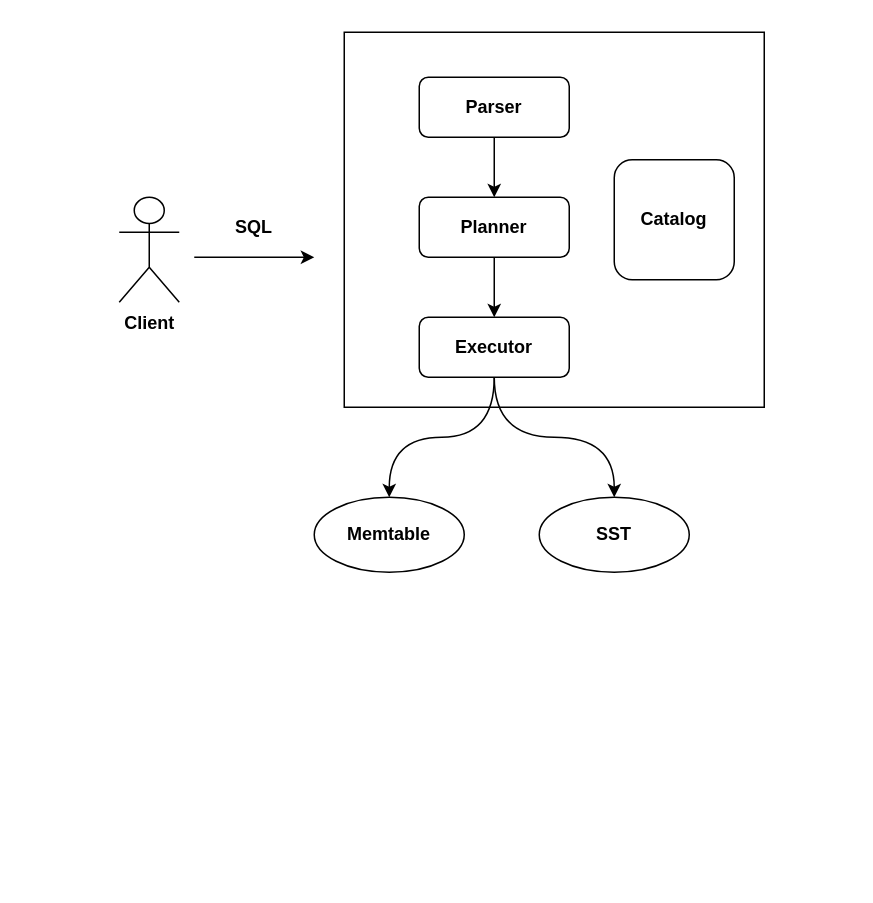
The draw.io diagram query-process.drawio in Rachelint/drawio-store, before the edit. Source tidied: cells renumbered, new cells numbered last; positions are measured from the earlier drawing's top-left corner, leaving out a move shared by most shapes. Both pictures are drawn from the tidied source at 150%, with x=0, y=0 at pixel (118, 32).
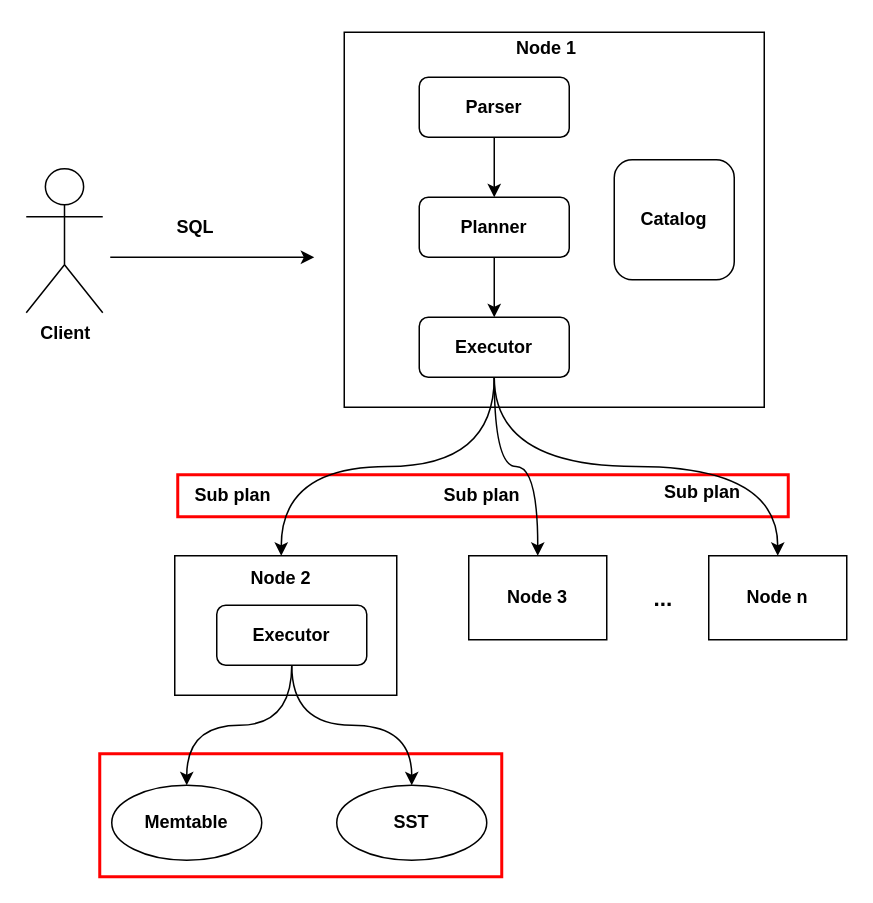
The same diagram, later.

The change refers to these unchanged cells:
```xml
<mxCell id="9" value="&lt;b&gt;Executor&lt;/b&gt;" style="rounded=1;whiteSpace=wrap;html=1;" parent="1" vertex="1">
  <mxGeometry x="200" y="190" width="100" height="40" as="geometry" />
</mxCell>
```

The edit, as a diff of the source:
```diff
@@
+    <mxCell id="16" style="rounded=0;whiteSpace=wrap;html=1;strokeColor=#FF0000;strokeWidth=2;fontStyle=1;" parent="1" vertex="1">
+      <mxGeometry x="39" y="295" width="407" height="28" as="geometry" />
+    </mxCell>
@@
-    <mxCell id="7" style="edgeStyle=orthogonalEdgeStyle;rounded=0;jettySize=auto;html=1;exitX=0.5;exitY=1;exitDx=0;exitDy=0;entryX=0.5;entryY=0;entryDx=0;entryDy=0;curved=1;" parent="1" edge="1" source="9" target="10">
-      <mxGeometry relative="1" as="geometry" />
-    </mxCell>
-    <mxCell id="8" style="edgeStyle=orthogonalEdgeStyle;rounded=0;jettySize=auto;html=1;exitX=0.5;exitY=1;exitDx=0;exitDy=0;entryX=0.5;entryY=0;entryDx=0;entryDy=0;curved=1;" parent="1" edge="1" source="9" target="11">
-      <mxGeometry relative="1" as="geometry" />
-    </mxCell>
+    <mxCell id="17" style="edgeStyle=orthogonalEdgeStyle;rounded=0;jettySize=auto;html=1;exitX=0.5;exitY=1;exitDx=0;exitDy=0;entryX=0.5;entryY=0;entryDx=0;entryDy=0;curved=1;" parent="1" edge="1" source="9" target="27">
+      <mxGeometry relative="1" as="geometry" />
+    </mxCell>
+    <mxCell id="18" style="edgeStyle=orthogonalEdgeStyle;rounded=0;jettySize=auto;html=1;exitX=0.5;exitY=1;exitDx=0;exitDy=0;entryX=0.5;entryY=0;entryDx=0;entryDy=0;curved=1;" parent="1" edge="1" source="9" target="29">
+      <mxGeometry relative="1" as="geometry" />
+    </mxCell>
+    <mxCell id="19" style="edgeStyle=orthogonalEdgeStyle;rounded=0;jettySize=auto;html=1;exitX=0.5;exitY=1;exitDx=0;exitDy=0;entryX=0.5;entryY=0;entryDx=0;entryDy=0;curved=1;" parent="1" edge="1" source="9" target="25">
+      <mxGeometry relative="1" as="geometry" />
+    </mxCell>
@@
-    <mxCell id="10" value="Memtable" style="ellipse;whiteSpace=wrap;html=1;fontStyle=1;" parent="1" vertex="1">
-      <mxGeometry x="130" y="310" width="100" height="50" as="geometry" />
-    </mxCell>
-    <mxCell id="11" value="SST" style="ellipse;whiteSpace=wrap;html=1;fontStyle=1;" parent="1" vertex="1">
-      <mxGeometry x="280" y="310" width="100" height="50" as="geometry" />
-    </mxCell>
@@
     <mxCell id="13" value="&lt;b&gt;Client&lt;/b&gt;" style="shape=umlActor;verticalLabelPosition=bottom;verticalAlign=top;html=1;" parent="1" vertex="1">
-      <mxGeometry y="110" width="40" height="70" as="geometry" />
+      <mxGeometry x="-62" y="91" width="51" height="96" as="geometry" />
     </mxCell>
     <mxCell id="14" style="endArrow=classic;html=1;rounded=0;" parent="1" edge="1">
       <mxGeometry relative="1" as="geometry">
-        <mxPoint x="50" y="150" as="sourcePoint" />
+        <mxPoint x="-6" y="150" as="sourcePoint" />
         <mxPoint x="130" y="150" as="targetPoint" />
       </mxGeometry>
     </mxCell>
     <mxCell id="15" value="&lt;b&gt;SQL&lt;/b&gt;" style="text;html=1;strokeColor=none;fillColor=none;align=center;verticalAlign=middle;whiteSpace=wrap;rounded=0;" parent="1" vertex="1">
-      <mxGeometry x="60" y="115" width="60" height="30" as="geometry" />
+      <mxGeometry x="21" y="115" width="60" height="30" as="geometry" />
     </mxCell>
+    <mxCell id="20" style="rounded=0;whiteSpace=wrap;html=1;strokeColor=#FF0000;strokeWidth=2;" parent="1" vertex="1">
+      <mxGeometry x="-13" y="481" width="268" height="82" as="geometry" />
+    </mxCell>
+    <mxCell id="21" style="rounded=0;whiteSpace=wrap;html=1;" parent="1" vertex="1">
+      <mxGeometry x="37" y="349" width="148" height="93" as="geometry" />
+    </mxCell>
+    <mxCell id="22" style="edgeStyle=orthogonalEdgeStyle;rounded=0;jettySize=auto;html=1;exitX=0.5;exitY=1;exitDx=0;exitDy=0;entryX=0.5;entryY=0;entryDx=0;entryDy=0;curved=1;" parent="1" edge="1" source="24" target="10">
+      <mxGeometry relative="1" as="geometry" />
+    </mxCell>
+    <mxCell id="23" style="edgeStyle=orthogonalEdgeStyle;rounded=0;jettySize=auto;html=1;exitX=0.5;exitY=1;exitDx=0;exitDy=0;entryX=0.5;entryY=0;entryDx=0;entryDy=0;curved=1;" parent="1" edge="1" source="24" target="11">
+      <mxGeometry relative="1" as="geometry" />
+    </mxCell>
+    <mxCell id="24" value="&lt;span&gt;Executor&lt;/span&gt;" style="rounded=1;whiteSpace=wrap;html=1;fontStyle=1;" parent="1" vertex="1">
+      <mxGeometry x="65" y="382" width="100" height="40" as="geometry" />
+    </mxCell>
+    <mxCell id="10" value="Memtable" style="ellipse;whiteSpace=wrap;html=1;fontStyle=1;" parent="1" vertex="1">
+      <mxGeometry x="-5" y="502" width="100" height="50" as="geometry" />
+    </mxCell>
+    <mxCell id="11" value="SST" style="ellipse;whiteSpace=wrap;html=1;fontStyle=1;" parent="1" vertex="1">
+      <mxGeometry x="145" y="502" width="100" height="50" as="geometry" />
+    </mxCell>
+    <mxCell id="25" value="Node 2" style="text;html=1;strokeColor=none;fillColor=none;align=center;verticalAlign=middle;whiteSpace=wrap;rounded=0;fontStyle=1;" parent="1" vertex="1">
+      <mxGeometry x="78" y="349" width="60" height="30" as="geometry" />
+    </mxCell>
+    <mxCell id="26" value="Sub plan" style="text;html=1;strokeColor=none;fillColor=none;align=center;verticalAlign=middle;whiteSpace=wrap;rounded=0;fontStyle=1;" parent="1" vertex="1">
+      <mxGeometry x="46" y="294" width="60" height="30" as="geometry" />
+    </mxCell>
+    <mxCell id="27" style="rounded=0;whiteSpace=wrap;html=1;fontStyle=1;" parent="1" vertex="1">
+      <mxGeometry x="233" y="349" width="92" height="56" as="geometry" />
+    </mxCell>
+    <mxCell id="28" value="Node 3" style="text;html=1;strokeColor=none;fillColor=none;align=center;verticalAlign=middle;whiteSpace=wrap;rounded=0;fontStyle=1;" parent="1" vertex="1">
+      <mxGeometry x="249" y="362" width="60" height="30" as="geometry" />
+    </mxCell>
+    <mxCell id="29" style="rounded=0;whiteSpace=wrap;html=1;fontStyle=1;" parent="1" vertex="1">
+      <mxGeometry x="393" y="349" width="92" height="56" as="geometry" />
+    </mxCell>
+    <mxCell id="30" value="Node n" style="text;html=1;strokeColor=none;fillColor=none;align=center;verticalAlign=middle;whiteSpace=wrap;rounded=0;fontStyle=1;" parent="1" vertex="1">
+      <mxGeometry x="409" y="362" width="60" height="30" as="geometry" />
+    </mxCell>
+    <mxCell id="31" value="&lt;font style=&quot;font-size: 15px;&quot;&gt;&lt;span&gt;...&lt;/span&gt;&lt;/font&gt;" style="text;html=1;strokeColor=none;fillColor=none;align=center;verticalAlign=middle;whiteSpace=wrap;rounded=0;fontStyle=1;" parent="1" vertex="1">
+      <mxGeometry x="333" y="362" width="60" height="30" as="geometry" />
+    </mxCell>
+    <mxCell id="32" value="Sub plan" style="text;html=1;strokeColor=none;fillColor=none;align=center;verticalAlign=middle;whiteSpace=wrap;rounded=0;fontStyle=1;" parent="1" vertex="1">
+      <mxGeometry x="212" y="294" width="60" height="30" as="geometry" />
+    </mxCell>
+    <mxCell id="33" value="Sub plan" style="text;html=1;strokeColor=none;fillColor=none;align=center;verticalAlign=middle;whiteSpace=wrap;rounded=0;fontStyle=1;" parent="1" vertex="1">
+      <mxGeometry x="359" y="291.5" width="60" height="30" as="geometry" />
+    </mxCell>
+    <mxCell id="34" value="Node 1" style="text;html=1;strokeColor=none;fillColor=none;align=center;verticalAlign=middle;whiteSpace=wrap;rounded=0;fontStyle=1;" parent="1" vertex="1">
+      <mxGeometry x="255" y="-4" width="60" height="30" as="geometry" />
+    </mxCell>
```
